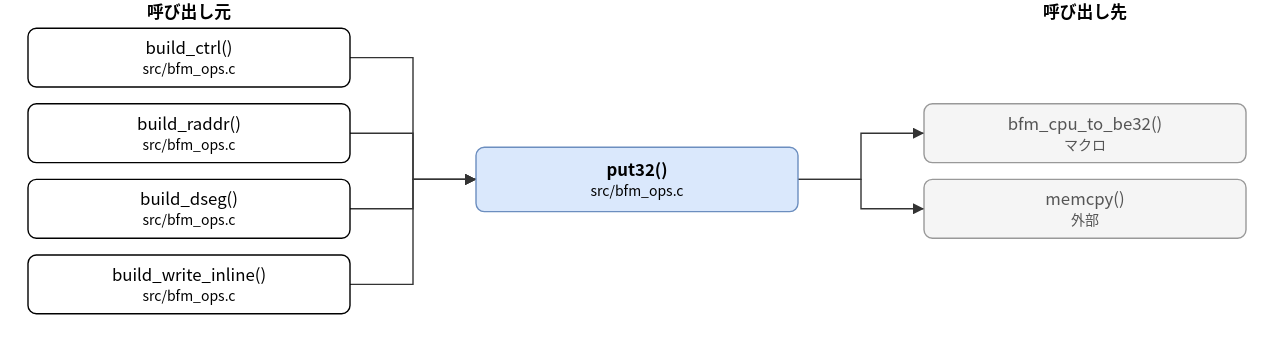
The draw.io diagram doc/spec/images/call_src_bfm_ops-put32.drawio.svg in hf355051012-ai/bfmem, before a commit. Source tidied: cells renumbered, new cells last; positions are measured from the earlier drawing's top-left corner, leaving out a move shared by most shapes.
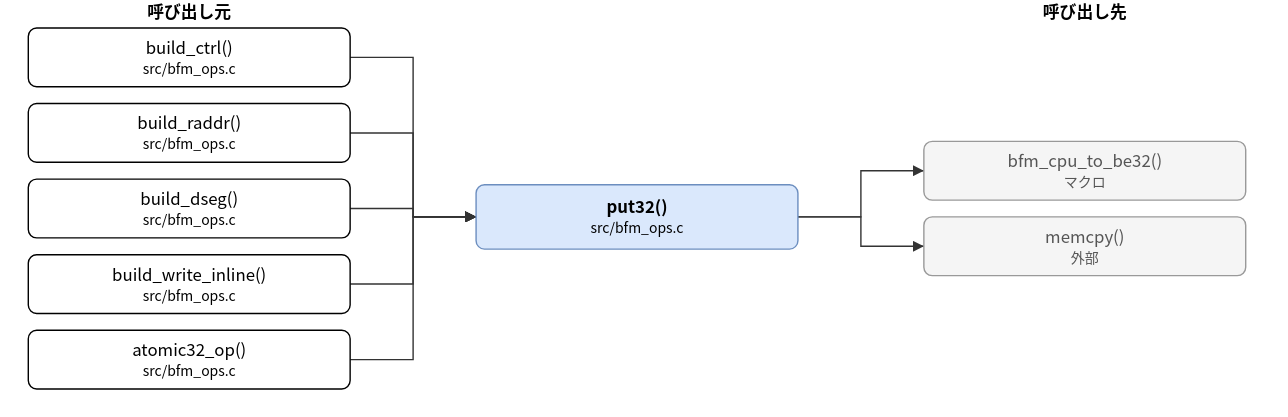
After the commit.

What changed in the source:
```diff
@@ -3,7 +3,7 @@
     <mxCell id="0" />
     <mxCell id="1" parent="0" />
     <mxCell id="2" value="put32()&lt;br&gt;&lt;font style=&quot;font-size:10px&quot;&gt;src/bfm_ops.c&lt;/font&gt;" style="rounded=1;whiteSpace=wrap;html=1;fillColor=#dae8fc;strokeColor=#6c8ebf;fontStyle=1;" parent="1" vertex="1">
-      <mxGeometry x="320" y="105" width="230" height="46" as="geometry" />
+      <mxGeometry x="320" y="132" width="230" height="46" as="geometry" />
     </mxCell>
     <mxCell id="3" value="build_ctrl()&lt;br&gt;&lt;font style=&quot;font-size:10px&quot;&gt;src/bfm_ops.c&lt;/font&gt;" style="rounded=1;whiteSpace=wrap;html=1;" parent="1" vertex="1">
       <mxGeometry y="20" width="230" height="42" as="geometry" />
@@ -17,17 +17,20 @@
     <mxCell id="6" value="build_write_inline()&lt;br&gt;&lt;font style=&quot;font-size:10px&quot;&gt;src/bfm_ops.c&lt;/font&gt;" style="rounded=1;whiteSpace=wrap;html=1;" parent="1" vertex="1">
       <mxGeometry y="182" width="230" height="42" as="geometry" />
     </mxCell>
+    <mxCell id="17" value="atomic32_op()&lt;br&gt;&lt;font style=&quot;font-size:10px&quot;&gt;src/bfm_ops.c&lt;/font&gt;" style="rounded=1;whiteSpace=wrap;html=1;" parent="1" vertex="1">
+      <mxGeometry y="236" width="230" height="42" as="geometry" />
+    </mxCell>
     <mxCell id="7" value="bfm_cpu_to_be32()&lt;br&gt;&lt;font style=&quot;font-size:10px&quot;&gt;マクロ&lt;/font&gt;" style="rounded=1;whiteSpace=wrap;html=1;fillColor=#f5f5f5;strokeColor=#999999;fontColor=#555555;" parent="1" vertex="1">
-      <mxGeometry x="640" y="74" width="230" height="42" as="geometry" />
+      <mxGeometry x="640" y="101" width="230" height="42" as="geometry" />
     </mxCell>
     <mxCell id="8" value="memcpy()&lt;br&gt;&lt;font style=&quot;font-size:10px&quot;&gt;外部&lt;/font&gt;" style="rounded=1;whiteSpace=wrap;html=1;fillColor=#f5f5f5;strokeColor=#999999;fontColor=#555555;" parent="1" vertex="1">
-      <mxGeometry x="640" y="128" width="230" height="42" as="geometry" />
+      <mxGeometry x="640" y="155" width="230" height="42" as="geometry" />
     </mxCell>
     <mxCell id="9" style="edgeStyle=none;html=1;rounded=0;endArrow=block;endFill=1;exitX=1.0000;exitY=0.5000;exitDx=0;exitDy=0;exitPerimeter=0;entryX=0.0000;entryY=0.5000;entryDx=0;entryDy=0;entryPerimeter=0;" parent="1" edge="1" source="3" target="2">
       <mxGeometry relative="1" as="geometry">
         <Array as="points">
           <mxPoint x="275" y="41" />
-          <mxPoint x="275" y="128" />
+          <mxPoint x="275" y="155" />
         </Array>
       </mxGeometry>
     </mxCell>
@@ -35,7 +38,7 @@
       <mxGeometry relative="1" as="geometry">
         <Array as="points">
           <mxPoint x="275" y="95" />
-          <mxPoint x="275" y="128" />
+          <mxPoint x="275" y="155" />
         </Array>
       </mxGeometry>
     </mxCell>
@@ -43,7 +46,7 @@
       <mxGeometry relative="1" as="geometry">
         <Array as="points">
           <mxPoint x="275" y="149" />
-          <mxPoint x="275" y="128" />
+          <mxPoint x="275" y="155" />
         </Array>
       </mxGeometry>
     </mxCell>
@@ -51,26 +54,34 @@
       <mxGeometry relative="1" as="geometry">
         <Array as="points">
           <mxPoint x="275" y="203" />
-          <mxPoint x="275" y="128" />
+          <mxPoint x="275" y="155" />
         </Array>
       </mxGeometry>
     </mxCell>
-    <mxCell id="13" style="edgeStyle=none;html=1;rounded=0;endArrow=block;endFill=1;exitX=1.0000;exitY=0.5000;exitDx=0;exitDy=0;exitPerimeter=0;entryX=0.0000;entryY=0.5000;entryDx=0;entryDy=0;entryPerimeter=0;" parent="1" edge="1" source="2" target="7">
+    <mxCell id="13" style="edgeStyle=none;html=1;rounded=0;endArrow=block;endFill=1;exitX=1.0000;exitY=0.5000;exitDx=0;exitDy=0;exitPerimeter=0;entryX=0.0000;entryY=0.5000;entryDx=0;entryDy=0;entryPerimeter=0;" parent="1" edge="1" source="17" target="2">
       <mxGeometry relative="1" as="geometry">
         <Array as="points">
-          <mxPoint x="595" y="128" />
-          <mxPoint x="595" y="95" />
+          <mxPoint x="275" y="257" />
+          <mxPoint x="275" y="155" />
         </Array>
       </mxGeometry>
     </mxCell>
-    <mxCell id="14" style="edgeStyle=none;html=1;rounded=0;endArrow=block;endFill=1;exitX=1.0000;exitY=0.5000;exitDx=0;exitDy=0;exitPerimeter=0;entryX=0.0000;entryY=0.5000;entryDx=0;entryDy=0;entryPerimeter=0;" parent="1" edge="1" source="2" target="8">
+    <mxCell id="14" style="edgeStyle=none;html=1;rounded=0;endArrow=block;endFill=1;exitX=1.0000;exitY=0.5000;exitDx=0;exitDy=0;exitPerimeter=0;entryX=0.0000;entryY=0.5000;entryDx=0;entryDy=0;entryPerimeter=0;" parent="1" edge="1" source="2" target="7">
       <mxGeometry relative="1" as="geometry">
         <Array as="points">
-          <mxPoint x="595" y="128" />
-          <mxPoint x="595" y="149" />
+          <mxPoint x="595" y="155" />
+          <mxPoint x="595" y="122" />
         </Array>
       </mxGeometry>
     </mxCell>
+    <mxCell id="18" style="edgeStyle=none;html=1;rounded=0;endArrow=block;endFill=1;exitX=1.0000;exitY=0.5000;exitDx=0;exitDy=0;exitPerimeter=0;entryX=0.0000;entryY=0.5000;entryDx=0;entryDy=0;entryPerimeter=0;" parent="1" edge="1" source="2" target="8">
+      <mxGeometry relative="1" as="geometry">
+        <Array as="points">
+          <mxPoint x="595" y="155" />
+          <mxPoint x="595" y="176" />
+        </Array>
+      </mxGeometry>
+    </mxCell>
     <mxCell id="15" value="呼び出し元" style="text;html=1;align=center;fontStyle=1;" parent="1" vertex="1">
       <mxGeometry x="35" width="160" height="18" as="geometry" />
     </mxCell>
```
